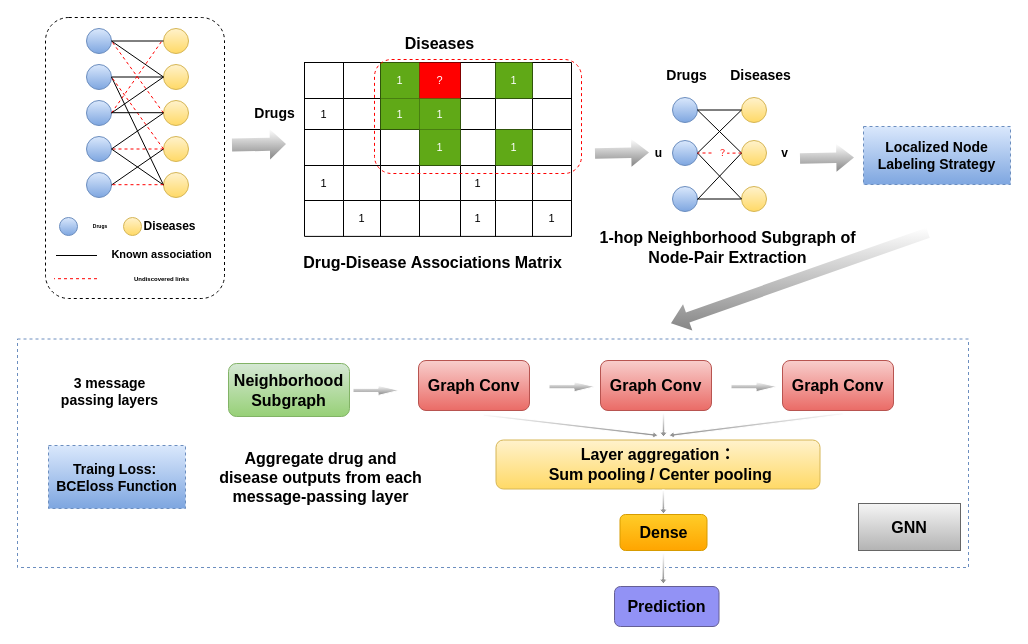
The draw.io diagram page "Page-1" (1 of 4) of 未命名绘图.drawio in nanfengk/hello-world, before the edit. Source tidied: cells renumbered, new cells numbered last; positions are measured from the earlier drawing's top-left corner, leaving out a move shared by most shapes. Both pictures are drawn from the tidied source at 100%, with x=0, y=0 at pixel (17, 17).
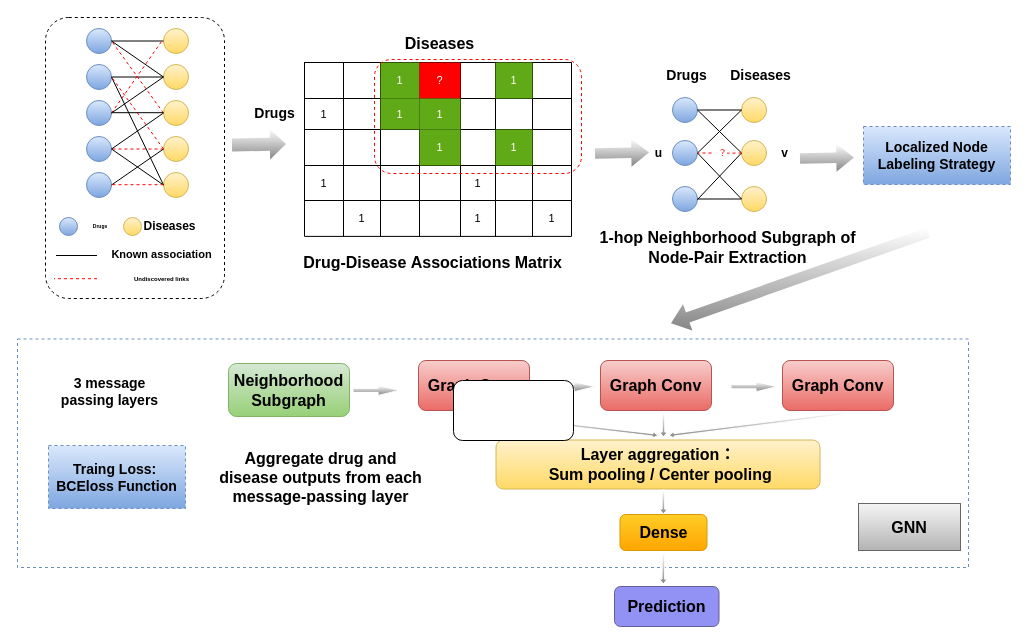
Above is the later version.

Commit message:
更新未命名绘图.drawio

Diff of the diagram source:
```diff
@@
+    <mxCell id="128" style="rounded=1;whiteSpace=wrap;html=1;" parent="1" vertex="1">
+      <mxGeometry x="436" y="363" width="120" height="60" as="geometry" />
+    </mxCell>
```
